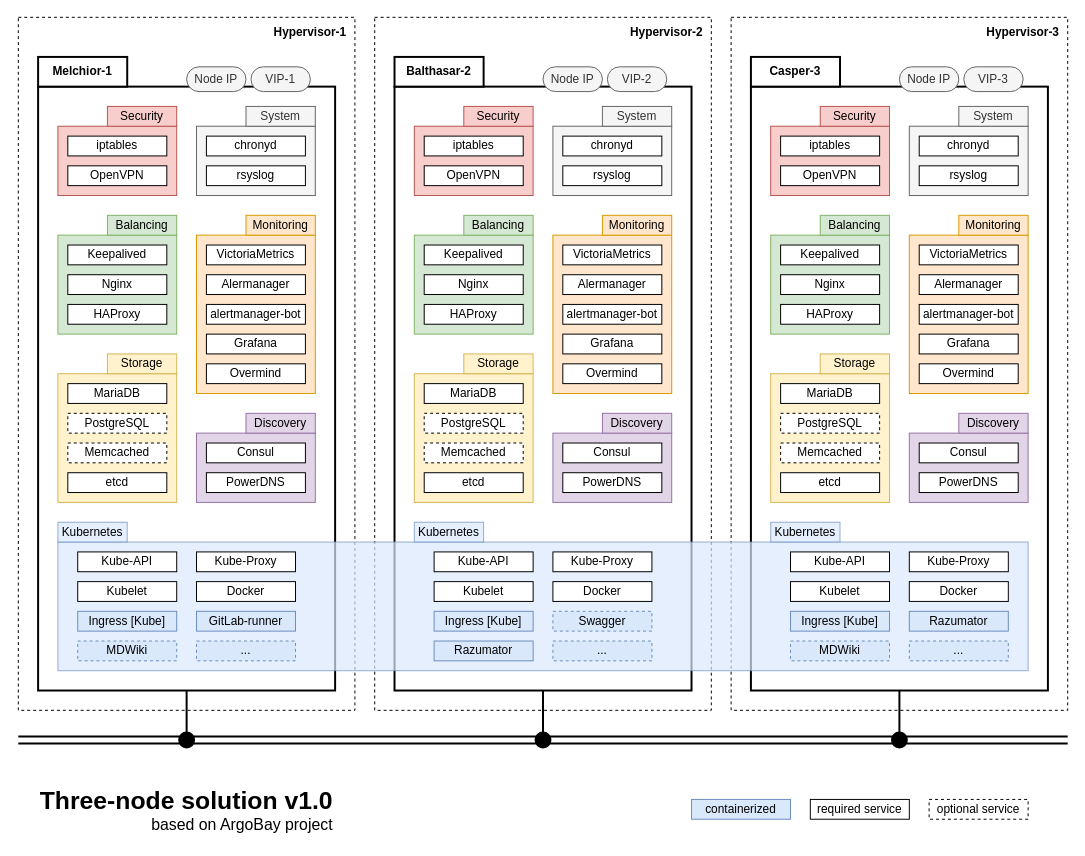
Earlier version of the draw.io diagram page "IU5-Solution" (8 of 8) of docs/schemes/Argobay-main.drawio (SnipGhost/argobay-ansible). Source tidied: cells renumbered, new cells numbered last; positions are measured from the earlier drawing's top-left corner, leaving out a move shared by most shapes. Both pictures are drawn from the tidied source at 99%, with x=0, y=0 at pixel (18, 17).
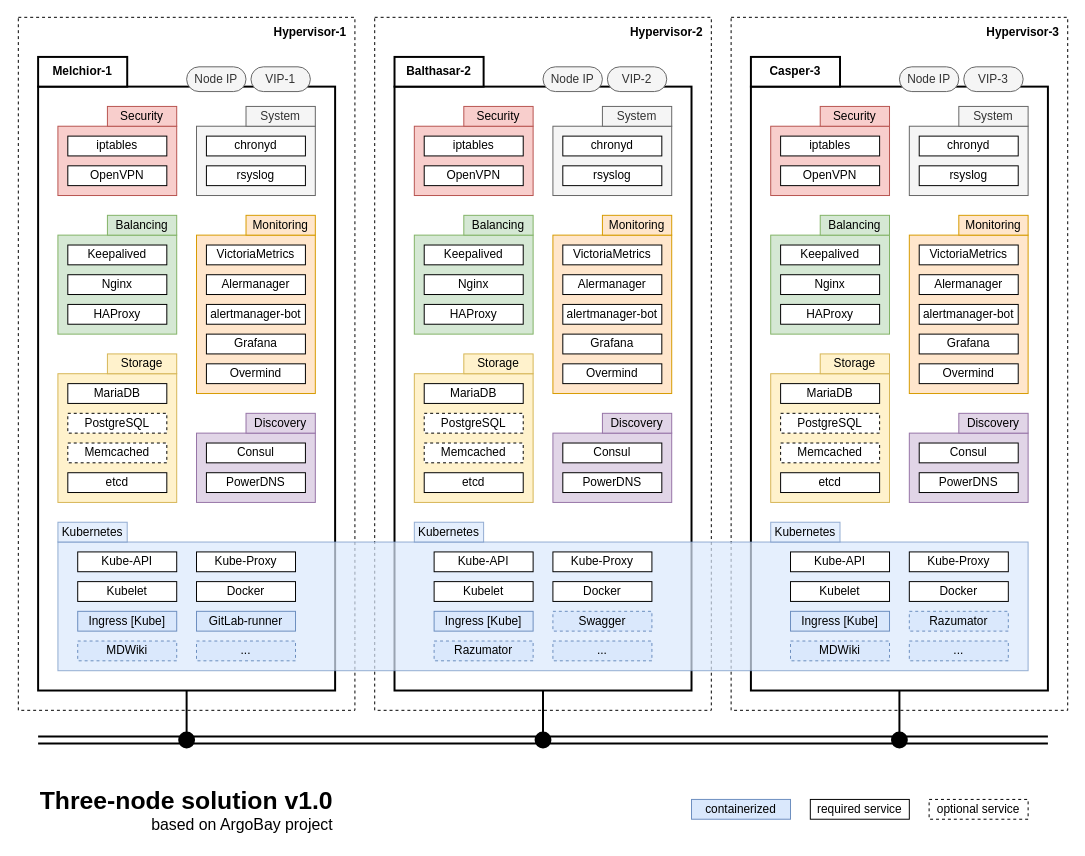
Above is the later version.

What changed in the source:
```diff
@@
-    <mxCell id="61" value="Razumator" style="rounded=0;whiteSpace=wrap;html=1;fillColor=#dae8fc;strokeColor=#6c8ebf;" parent="1" vertex="1">
+    <mxCell id="61" value="Razumator" style="rounded=0;whiteSpace=wrap;html=1;fillColor=#dae8fc;strokeColor=#6c8ebf;dashed=1;" parent="1" vertex="1">
       <mxGeometry x="420" y="630" width="100" height="20" as="geometry" />
     </mxCell>
@@
-    <mxCell id="95" value="Razumator" style="rounded=0;whiteSpace=wrap;html=1;fillColor=#dae8fc;strokeColor=#6c8ebf;" parent="1" vertex="1">
+    <mxCell id="95" value="Razumator" style="rounded=0;whiteSpace=wrap;html=1;fillColor=#dae8fc;strokeColor=#6c8ebf;dashed=1;" parent="1" vertex="1">
       <mxGeometry x="900" y="600" width="100" height="20" as="geometry" />
     </mxCell>
@@
     <mxCell id="138" style="shape=link;html=1;rounded=0;edgeStyle=orthogonalEdgeStyle;width=6;strokeWidth=2;" parent="1" edge="1">
       <mxGeometry relative="1" as="geometry">
-        <mxPoint y="730" as="sourcePoint" />
-        <mxPoint x="1060" y="730" as="targetPoint" />
+        <mxPoint x="20" y="730" as="sourcePoint" />
+        <mxPoint x="1040" y="730" as="targetPoint" />
       </mxGeometry>
     </mxCell>
```
